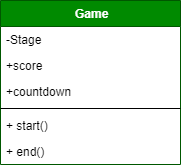
Above: imagenes/DiagramaClasesJuegoPython-Singleton.png in eddacamila/Juego_PatronesDiseno (draw.io), before the change. Source tidied: cells renumbered, new cells last; positions are measured from the earlier drawing's top-left corner, leaving out a move shared by most shapes.
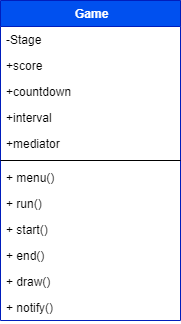
After the commit.

Commit message:
actualizando graficos de clases

Change to the diagram source:
```diff
@@ -2,8 +2,8 @@
   <root>
     <mxCell id="0" />
     <mxCell id="1" parent="0" />
-    <mxCell id="2" value=" Game" style="swimlane;fontStyle=1;align=center;verticalAlign=top;horizontal=1;startSize=26;fillColor=#008a00;strokeColor=#005700;fontColor=#ffffff;" parent="1" vertex="1">
-      <mxGeometry width="180" height="164" as="geometry" />
+    <mxCell id="2" value=" Game" style="swimlane;fontStyle=1;align=center;verticalAlign=top;horizontal=1;startSize=26;fillColor=#0050ef;strokeColor=#001DBC;fontColor=#ffffff;" parent="1" vertex="1">
+      <mxGeometry width="180" height="320" as="geometry" />
     </mxCell>
     <mxCell id="3" value="-Stage" style="text;strokeColor=none;fillColor=none;align=left;verticalAlign=top;spacingLeft=4;spacingRight=4;overflow=hidden;" parent="2" vertex="1">
       <mxGeometry y="26" width="180" height="26" as="geometry" />
@@ -14,14 +14,32 @@
     <mxCell id="5" value="+countdown" style="text;strokeColor=none;fillColor=none;align=left;verticalAlign=top;spacingLeft=4;spacingRight=4;overflow=hidden;" parent="2" vertex="1">
       <mxGeometry y="78" width="180" height="26" as="geometry" />
     </mxCell>
-    <mxCell id="6" style="line;strokeWidth=1;fillColor=none;align=left;verticalAlign=middle;spacingTop=-1;spacingLeft=3;spacingRight=3;labelPosition=right;" parent="2" vertex="1">
-      <mxGeometry y="104" width="180" height="8" as="geometry" />
-    </mxCell>
+    <mxCell id="9" value="+interval" style="text;strokeColor=none;fillColor=none;align=left;verticalAlign=top;spacingLeft=4;spacingRight=4;overflow=hidden;" parent="2" vertex="1">
+      <mxGeometry y="104" width="180" height="26" as="geometry" />
+    </mxCell>
+    <mxCell id="10" value="+mediator" style="text;strokeColor=none;fillColor=none;align=left;verticalAlign=top;spacingLeft=4;spacingRight=4;overflow=hidden;" parent="2" vertex="1">
+      <mxGeometry y="130" width="180" height="26" as="geometry" />
+    </mxCell>
+    <mxCell id="11" style="line;strokeWidth=1;fillColor=none;align=left;verticalAlign=middle;spacingTop=-1;spacingLeft=3;spacingRight=3;labelPosition=right;" parent="2" vertex="1">
+      <mxGeometry y="156" width="180" height="8" as="geometry" />
+    </mxCell>
+    <mxCell id="12" value="+ menu()" style="text;strokeColor=none;fillColor=none;align=left;verticalAlign=top;spacingLeft=4;spacingRight=4;overflow=hidden;" parent="2" vertex="1">
+      <mxGeometry y="164" width="180" height="26" as="geometry" />
+    </mxCell>
+    <mxCell id="13" value="+ run()" style="text;strokeColor=none;fillColor=none;align=left;verticalAlign=top;spacingLeft=4;spacingRight=4;overflow=hidden;" parent="2" vertex="1">
+      <mxGeometry y="190" width="180" height="26" as="geometry" />
+    </mxCell>
     <mxCell id="7" value="+ start()" style="text;strokeColor=none;fillColor=none;align=left;verticalAlign=top;spacingLeft=4;spacingRight=4;overflow=hidden;" parent="2" vertex="1">
-      <mxGeometry y="112" width="180" height="26" as="geometry" />
+      <mxGeometry y="216" width="180" height="26" as="geometry" />
     </mxCell>
     <mxCell id="8" value="+ end()" style="text;strokeColor=none;fillColor=none;align=left;verticalAlign=top;spacingLeft=4;spacingRight=4;overflow=hidden;" parent="2" vertex="1">
-      <mxGeometry y="138" width="180" height="26" as="geometry" />
+      <mxGeometry y="242" width="180" height="26" as="geometry" />
     </mxCell>
+    <mxCell id="14" value="+ draw()" style="text;strokeColor=none;fillColor=none;align=left;verticalAlign=top;spacingLeft=4;spacingRight=4;overflow=hidden;" parent="2" vertex="1">
+      <mxGeometry y="268" width="180" height="26" as="geometry" />
+    </mxCell>
+    <mxCell id="15" value="+ notify()" style="text;strokeColor=none;fillColor=none;align=left;verticalAlign=top;spacingLeft=4;spacingRight=4;overflow=hidden;" parent="2" vertex="1">
+      <mxGeometry y="294" width="180" height="26" as="geometry" />
+    </mxCell>
   </root>
 </mxGraphModel>
```
